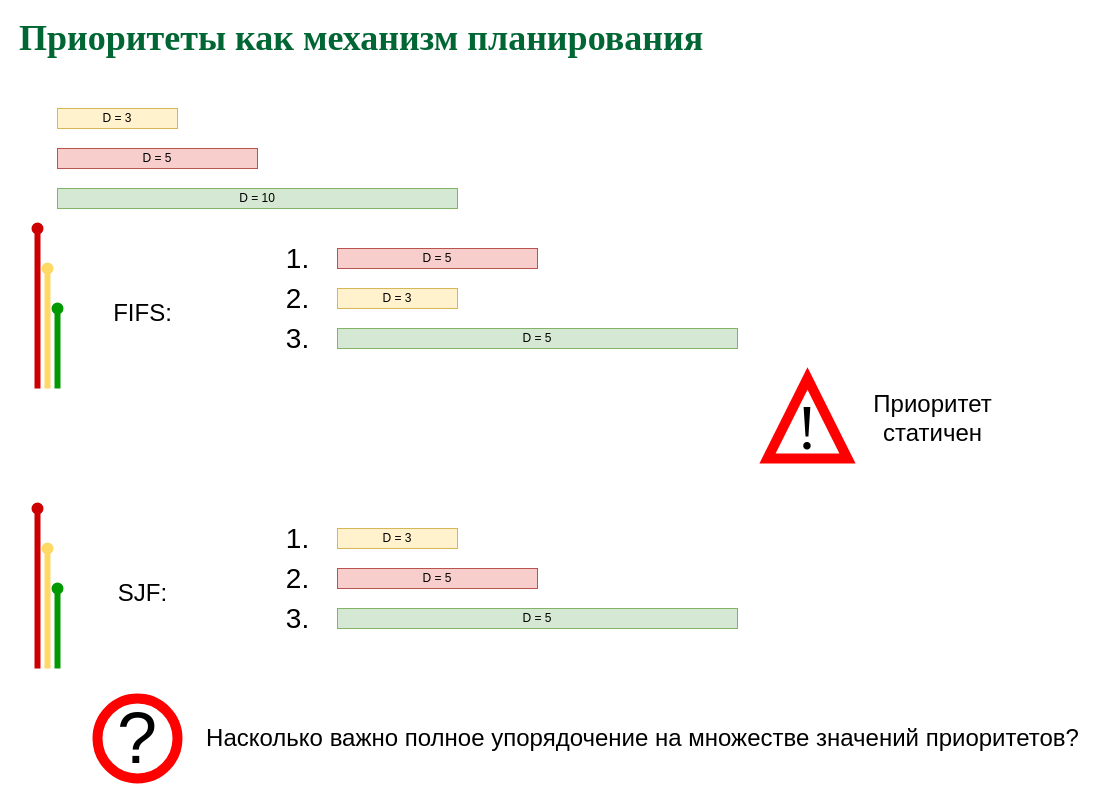
This is page "Priority - 2" (18 of 26) of slides/sched.drawio from 77maxikov/os_course, a draw.io file, before an edit. Source tidied: cells renumbered, new cells numbered last; positions are measured from the earlier drawing's top-left corner, leaving out a move shared by most shapes. Both pictures are drawn from the tidied source at 100%, with x=0, y=0 at pixel (17, 28).
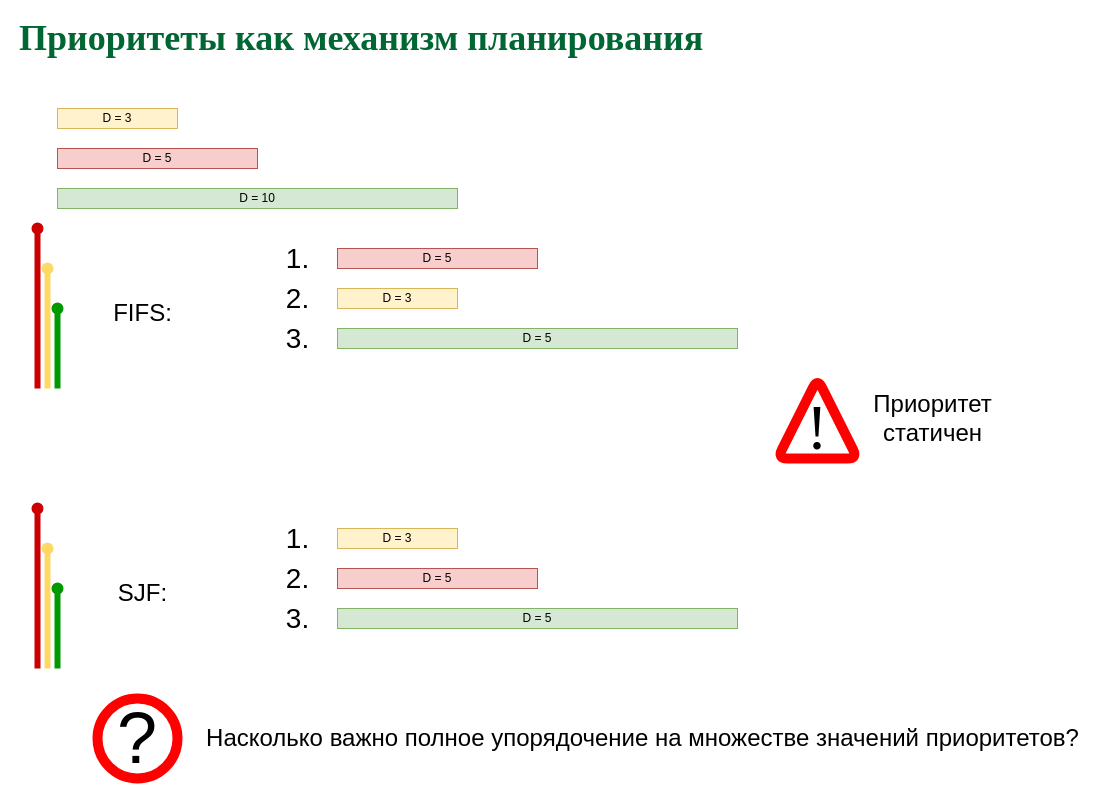
Above is the later version.

What changed in the source:
```diff
@@
-    <mxCell id="28" style="group;rounded=0;fontSize=24;" parent="1" vertex="1">
-      <mxGeometry x="750" y="350" width="80" height="80" as="geometry" />
-    </mxCell>
-    <mxCell id="29" style="endArrow=none;html=1;strokeWidth=10;strokeColor=#FF0000;jumpStyle=arc;rounded=0;fontSize=24;" parent="28" edge="1">
-      <mxGeometry relative="1" as="geometry">
-        <mxPoint x="40" y="80" as="sourcePoint" />
-        <mxPoint x="40" y="80" as="targetPoint" />
-        <Array as="points">
-          <mxPoint y="80" />
-          <mxPoint x="40" />
-          <mxPoint x="80" y="80" />
-        </Array>
-      </mxGeometry>
-    </mxCell>
+    <mxCell id="31" value="&lt;font style=&quot;font-size: 24px&quot;&gt;Приоритет&lt;br&gt;статичен&lt;br&gt;&lt;/font&gt;" style="text;html=1;align=center;verticalAlign=middle;" parent="1" vertex="1">
+      <mxGeometry x="850" y="370" width="130" height="40" as="geometry" />
+    </mxCell>
+    <mxCell id="32" style="group;" parent="1" vertex="1">
+      <mxGeometry x="760" y="350" width="80" height="80" as="geometry" />
+    </mxCell>
+    <mxCell id="33" style="endArrow=none;html=1;strokeWidth=10;strokeColor=#FF0000;jumpStyle=arc;" parent="32" edge="1">
+      <mxGeometry relative="1" as="geometry">
+        <mxPoint x="40" y="80" as="sourcePoint" />
+        <mxPoint x="40" y="80" as="targetPoint" />
+        <Array as="points">
+          <mxPoint y="80" />
+          <mxPoint x="40" />
+          <mxPoint x="80" y="80" />
+        </Array>
+      </mxGeometry>
+    </mxCell>
-    <mxCell id="30" value="&lt;font style=&quot;font-size: 63px&quot;&gt;!&lt;/font&gt;" style="text;html=1;strokeColor=none;fillColor=none;align=center;verticalAlign=middle;whiteSpace=wrap;rounded=0;fontFamily=Times New Roman;fontSize=24;" parent="28" vertex="1">
+    <mxCell id="30" value="&lt;font style=&quot;font-size: 63px&quot;&gt;!&lt;/font&gt;" style="text;html=1;strokeColor=none;fillColor=none;align=center;verticalAlign=middle;whiteSpace=wrap;rounded=0;fontFamily=Times New Roman;" parent="32" vertex="1">
       <mxGeometry x="20" y="40" width="40" height="20" as="geometry" />
     </mxCell>
-    <mxCell id="31" value="&lt;font style=&quot;font-size: 24px&quot;&gt;Приоритет&lt;br&gt;статичен&lt;br&gt;&lt;/font&gt;" style="text;html=1;align=center;verticalAlign=middle;" parent="1" vertex="1">
-      <mxGeometry x="850" y="370" width="130" height="40" as="geometry" />
-    </mxCell>
```
